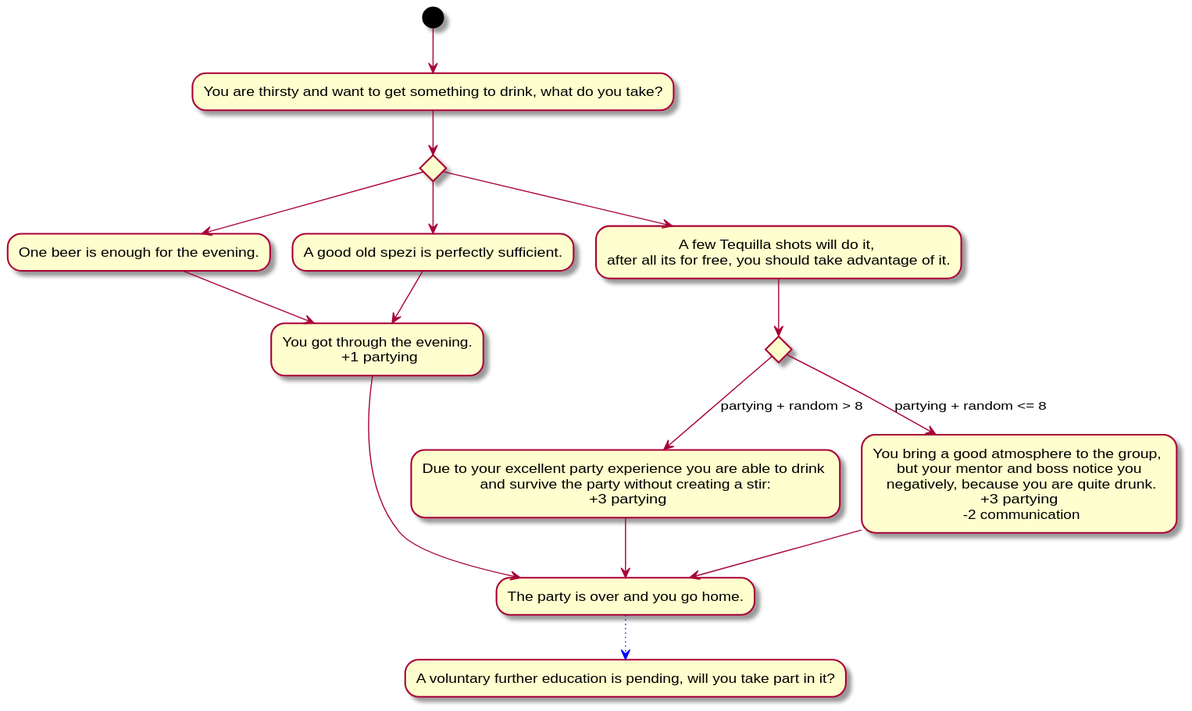
This is Docs/Technical Specifications/docs/diagrams/StoryFlow/StoryFlow_Decision_8.svg from Brotenko/QualityQuest, a PlantUML export, as it was before one commit.
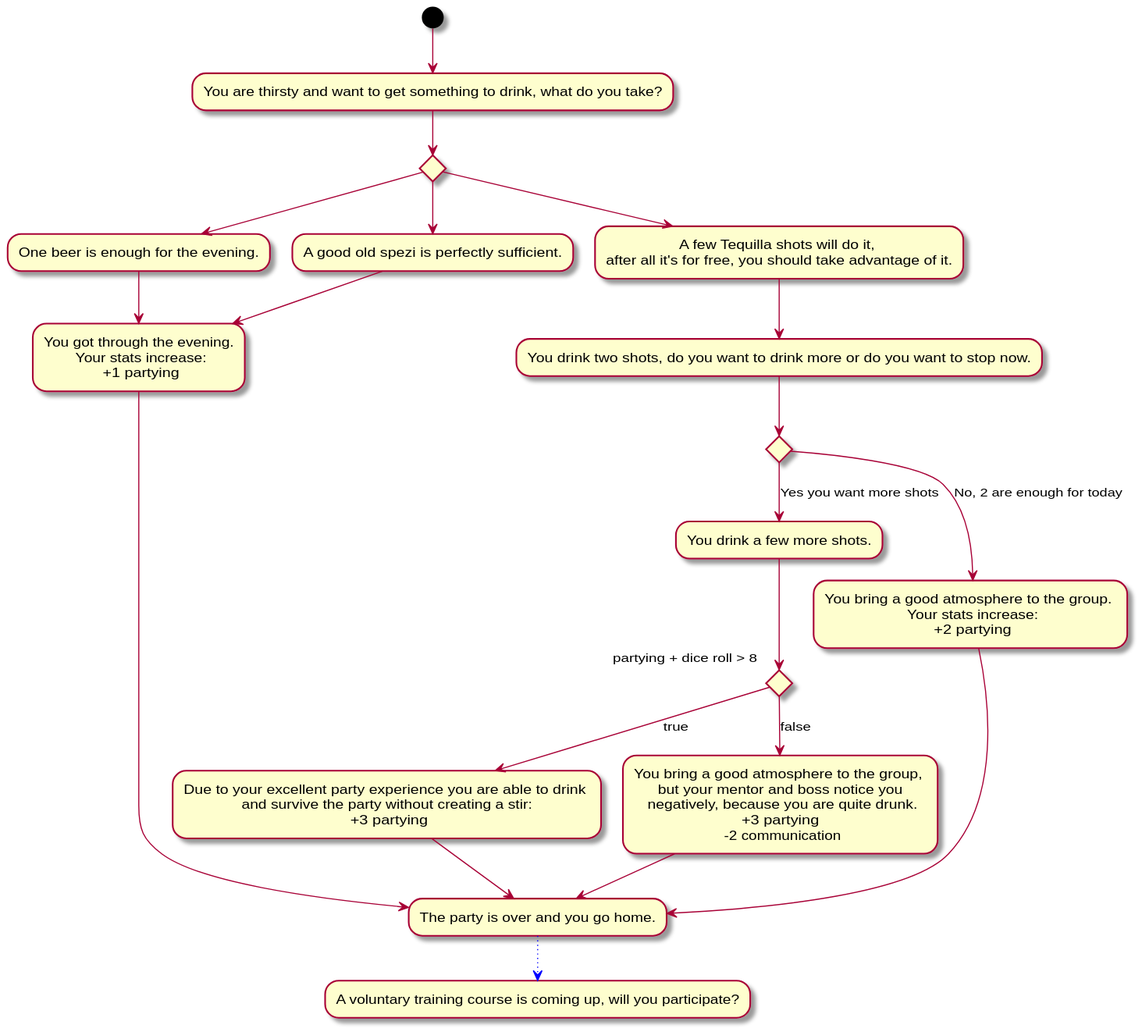
The same diagram one commit later.

The edit, as a diff of the source:
```diff
@@ -2,19 +2,26 @@
 (*) --> "You are thirsty and want to get something to drink, what do you take?" as alc
 if "" then
 --> "One beer is enough for the evening." as genießen
-genießen --> "You got through the evening.\n +1 partying" as party
+genießen --> "You got through the evening.\n Your stats increase:\n +1 partying" as party
 else
 --> "A good old spezi is perfectly sufficient."
 --> party
 else
---> "A few Tequilla shots will do it, \nafter all its for free, you should take advantage of it." as saufen
+--> "A few Tequilla shots will do it, \nafter all it's for free, you should take advantage of it."
+--> "You drink two shots, do you want to drink more or do you want to stop now."
 if "" then
---> [partying + random > 8] "Due to your excellent party experience you are able to drink \n and survive the party without creating a stir: \n +3 partying" as alci
+--> [Yes you want more shots] "You drink a few more shots."
+if "partying + dice roll > 8" as drink then
+--> [true] "Due to your excellent party experience you are able to drink \n and survive the party without creating a stir: \n +3 partying" as goodEnd
 else
---> [partying + random <= 8] "You bring a good atmosphere to the group, \n but your mentor and boss notice you \n negatively, because you are quite drunk.\n +3 partying \n -2 communication"
+--> [false] "You bring a good atmosphere to the group, \n but your mentor and boss notice you \n negatively, because you are quite drunk.\n +3 partying \n -2 communication" as heavydrunk
 endif
---> "The party is over and you go home." as hause
-party --> hause
-alci --> hause
--[#blue,dotted]-> "A voluntary further education is pending, will you take part in it?"
+else
+--> [No, 2 are enough for today] "You bring a good atmosphere to the group. \n Your stats increase:\n +2 partying"
+endif
+--> "The party is over and you go home." as home
+heavydrunk --> home
+party --> home
+goodEnd --> home
+-[#blue,dotted]-> "A voluntary training course is coming up, will you participate?"
 @enduml
```
